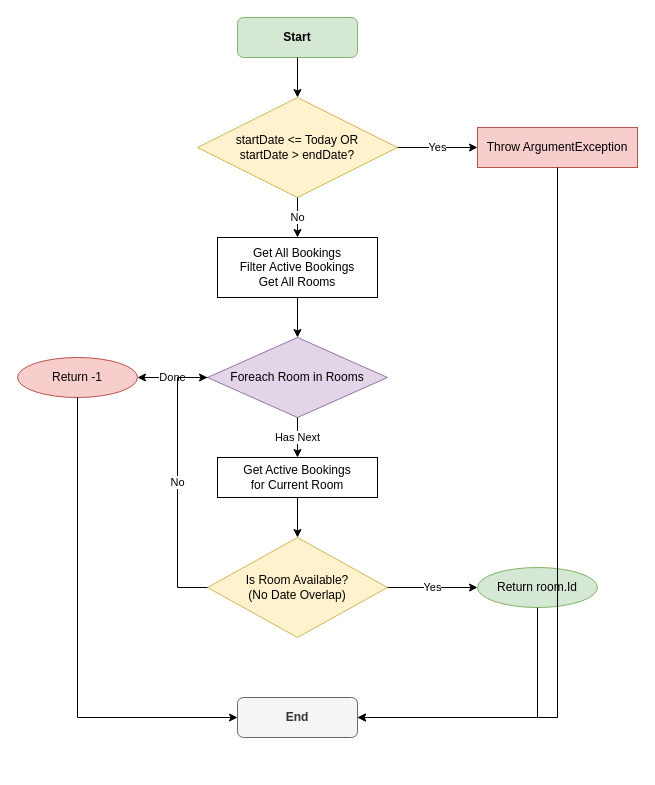
Earlier version of the draw.io diagram HotelBooking.ProgramGraph/FindAvailableRoom.drawio (Asynoo/HotelBooking_Clean_Async). Source tidied: cells renumbered, new cells numbered last; positions are measured from the earlier drawing's top-left corner, leaving out a move shared by most shapes. Both pictures are drawn from the tidied source at 100%, with x=0, y=0 at pixel (17, 17).
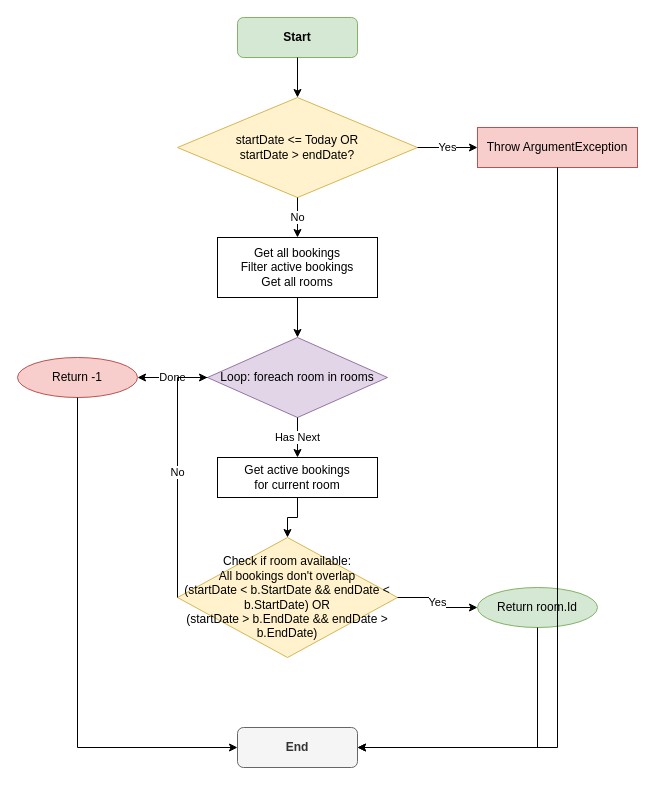
Above is the later version.

Commit message (it also covers changes not shown here):
Corrected graphs to logic

The change refers to these unchanged cells:
```xml
<mxCell id="4" value="Throw ArgumentException" style="rounded=0;whiteSpace=wrap;html=1;fillColor=#f8cecc;strokeColor=#b85450;" parent="1" vertex="1">
  <mxGeometry x="460" y="110" width="160" height="40" as="geometry" />
</mxCell>
<mxCell id="10" value="Return -1" style="ellipse;whiteSpace=wrap;html=1;fillColor=#f8cecc;strokeColor=#b85450;" parent="1" vertex="1">
  <mxGeometry y="340" width="120" height="40" as="geometry" />
</mxCell>
```

What changed in the source:
```diff
@@
     <mxCell id="3" value="startDate &lt;= Today OR&lt;br&gt;startDate &gt; endDate?" style="rhombus;whiteSpace=wrap;html=1;fillColor=#fff2cc;strokeColor=#d6b656;" parent="1" vertex="1">
-      <mxGeometry x="180" y="80" width="200" height="100" as="geometry" />
+      <mxGeometry x="160" y="80" width="240" height="100" as="geometry" />
     </mxCell>
@@
-    <mxCell id="5" value="Get All Bookings&lt;br&gt;Filter Active Bookings&lt;br&gt;Get All Rooms" style="rounded=0;whiteSpace=wrap;html=1;" parent="1" vertex="1">
+    <mxCell id="5" value="Get all bookings&lt;br&gt;Filter active bookings&lt;br&gt;Get all rooms" style="rounded=0;whiteSpace=wrap;html=1;" parent="1" vertex="1">
       <mxGeometry x="200" y="220" width="160" height="60" as="geometry" />
     </mxCell>
-    <mxCell id="6" value="Foreach Room in Rooms" style="rhombus;whiteSpace=wrap;html=1;fillColor=#e1d5e7;strokeColor=#9673a6;" parent="1" vertex="1">
+    <mxCell id="6" value="Loop: foreach room in rooms" style="rhombus;whiteSpace=wrap;html=1;fillColor=#e1d5e7;strokeColor=#9673a6;" parent="1" vertex="1">
       <mxGeometry x="190" y="320" width="180" height="80" as="geometry" />
     </mxCell>
-    <mxCell id="7" value="Get Active Bookings&lt;br&gt;for Current Room" style="rounded=0;whiteSpace=wrap;html=1;" parent="1" vertex="1">
+    <mxCell id="7" value="Get active bookings&lt;br&gt;for current room" style="rounded=0;whiteSpace=wrap;html=1;" parent="1" vertex="1">
       <mxGeometry x="200" y="440" width="160" height="40" as="geometry" />
     </mxCell>
-    <mxCell id="8" value="Is Room Available?&lt;br&gt;(No Date Overlap)" style="rhombus;whiteSpace=wrap;html=1;fillColor=#fff2cc;strokeColor=#d6b656;" parent="1" vertex="1">
-      <mxGeometry x="190" y="520" width="180" height="100" as="geometry" />
+    <mxCell id="8" value="Check if room available:&lt;br&gt;All bookings don't overlap&lt;br&gt;(startDate &lt; b.StartDate &amp;&amp; endDate &lt; b.StartDate) OR&lt;br&gt;(startDate &gt; b.EndDate &amp;&amp; endDate &gt; b.EndDate)" style="rhombus;whiteSpace=wrap;html=1;fillColor=#fff2cc;strokeColor=#d6b656;" parent="1" vertex="1">
+      <mxGeometry x="160" y="520" width="220" height="120" as="geometry" />
     </mxCell>
     <mxCell id="9" value="Return room.Id" style="ellipse;whiteSpace=wrap;html=1;fillColor=#d5e8d4;strokeColor=#82b366;" parent="1" vertex="1">
-      <mxGeometry x="460" y="550" width="120" height="40" as="geometry" />
+      <mxGeometry x="460" y="570" width="120" height="40" as="geometry" />
     </mxCell>
@@
     <mxCell id="11" value="End" style="rounded=1;whiteSpace=wrap;html=1;fillColor=#f5f5f5;strokeColor=#666666;fontColor=#333333;fontStyle=1;" parent="1" vertex="1">
-      <mxGeometry x="220" y="680" width="120" height="40" as="geometry" />
+      <mxGeometry x="220" y="710" width="120" height="40" as="geometry" />
     </mxCell>
@@
     <mxCell id="20" value="No" style="edgeStyle=orthogonalEdgeStyle;rounded=0;jettySize=auto;html=1;entryX=0;entryY=0.5;entryDx=0;entryDy=0;" parent="1" edge="1" source="8" target="6">
       <mxGeometry relative="1" as="geometry">
         <Array as="points">
-          <mxPoint x="160" y="570" />
+          <mxPoint x="160" y="580" />
           <mxPoint x="160" y="360" />
         </Array>
       </mxGeometry>
     </mxCell>
     <mxCell id="21" style="edgeStyle=orthogonalEdgeStyle;rounded=0;jettySize=auto;html=1;exitX=0.5;exitY=1;exitDx=0;exitDy=0;entryX=1;entryY=0.5;entryDx=0;entryDy=0;" parent="1" edge="1" source="4" target="11">
       <mxGeometry relative="1" as="geometry">
         <Array as="points">
-          <mxPoint x="540" y="700" />
+          <mxPoint x="540" y="730" />
         </Array>
       </mxGeometry>
     </mxCell>
     <mxCell id="22" style="edgeStyle=orthogonalEdgeStyle;rounded=0;jettySize=auto;html=1;exitX=0.5;exitY=1;exitDx=0;exitDy=0;entryX=1;entryY=0.5;entryDx=0;entryDy=0;" parent="1" edge="1" source="9" target="11">
       <mxGeometry relative="1" as="geometry">
         <Array as="points">
-          <mxPoint x="520" y="700" />
+          <mxPoint x="520" y="730" />
         </Array>
       </mxGeometry>
     </mxCell>
     <mxCell id="23" style="edgeStyle=orthogonalEdgeStyle;rounded=0;jettySize=auto;html=1;exitX=0.5;exitY=1;exitDx=0;exitDy=0;entryX=0;entryY=0.5;entryDx=0;entryDy=0;" parent="1" edge="1" source="10" target="11">
       <mxGeometry relative="1" as="geometry">
         <Array as="points">
-          <mxPoint x="60" y="700" />
+          <mxPoint x="60" y="730" />
         </Array>
       </mxGeometry>
     </mxCell>
```
